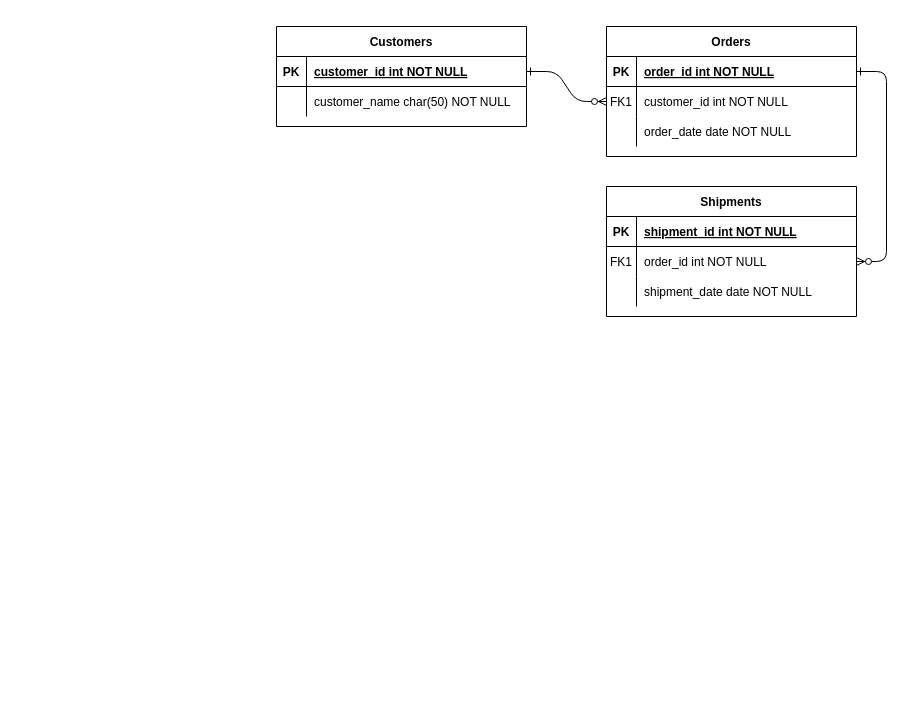
Earlier version of the draw.io diagram er.drawio (wsy5555621/diagrams). Source tidied: cells renumbered, new cells numbered last; positions are measured from the earlier drawing's top-left corner, leaving out a move shared by most shapes. Both pictures are drawn from the tidied source at 100%, with x=0, y=0 at pixel (276, 26).
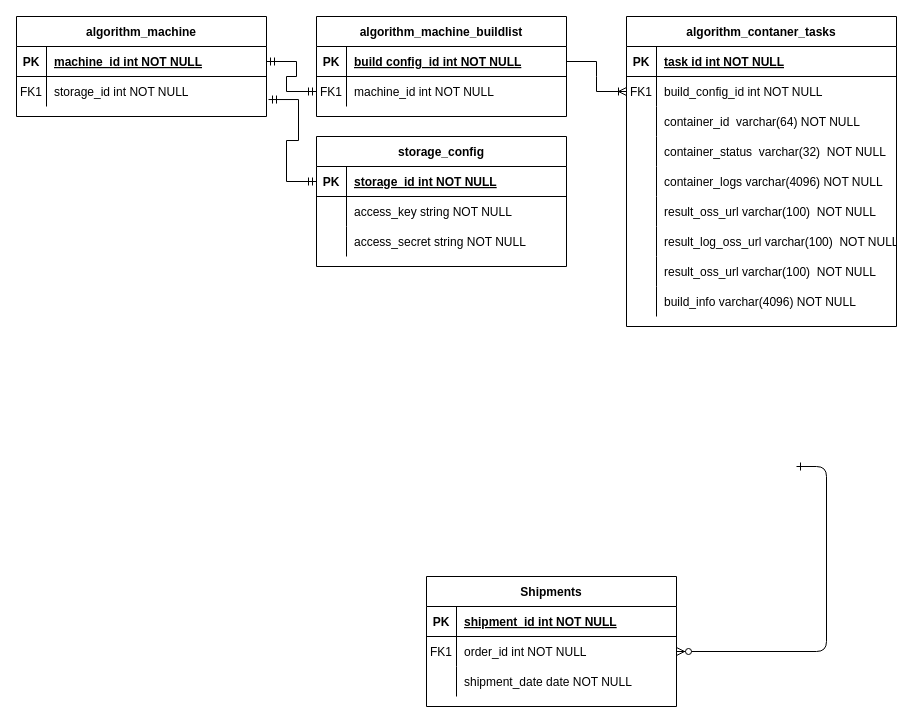
Above is the later version.

Unchanged cells that the change refers to:
```xml
<mxCell id="18" style="shape=partialRectangle;fillColor=none;points=[[0,0.5],[1,0.5]];portConstraint=eastwest;top=0;left=0;right=0;bottom=0;" parent="14" vertex="1">
  <mxGeometry y="60" width="250" height="30" as="geometry" />
</mxCell>
<mxCell id="25" style="shape=partialRectangle;fillColor=none;points=[[0,0.5],[1,0.5]];portConstraint=eastwest;top=0;left=0;right=0;bottom=1;" parent="24" vertex="1">
  <mxGeometry y="30" width="250" height="30" as="geometry" />
</mxCell>
<mxCell id="28" style="shape=partialRectangle;fillColor=none;points=[[0,0.5],[1,0.5]];portConstraint=eastwest;top=0;left=0;right=0;bottom=0;" parent="24" vertex="1">
  <mxGeometry y="60" width="250" height="30" as="geometry" />
</mxCell>
```

What changed in the source:
```diff
@@
-    <mxCell id="2" style="edgeStyle=entityRelationEdgeStyle;endArrow=ERzeroToMany;startArrow=ERone;endFill=1;startFill=0;" parent="1" edge="1" source="25" target="8">
-      <mxGeometry relative="1" as="geometry" />
-    </mxCell>
-    <mxCell id="3" style="edgeStyle=entityRelationEdgeStyle;endArrow=ERzeroToMany;startArrow=ERone;endFill=1;startFill=0;" parent="1" edge="1" source="5" target="18">
-      <mxGeometry relative="1" as="geometry" />
+    <mxCell id="3" style="edgeStyle=entityRelationEdgeStyle;endArrow=ERzeroToMany;startArrow=ERone;endFill=1;startFill=0;" parent="1" edge="1" target="18">
+      <mxGeometry relative="1" as="geometry">
+        <mxPoint x="520" y="440" as="sourcePoint" />
+      </mxGeometry>
     </mxCell>
-    <mxCell id="4" value="Orders" style="shape=table;startSize=30;childLayout=tableLayout;rowLines=0;fontStyle=1;align=center;" parent="1" vertex="1">
-      <mxGeometry x="330" width="250" height="130" as="geometry" />
+    <mxCell id="4" value="algorithm_contaner_tasks" style="shape=table;startSize=30;childLayout=tableLayout;rowLines=0;fontStyle=1;align=center;" parent="1" vertex="1">
+      <mxGeometry x="350" y="-10" width="270" height="310" as="geometry" />
     </mxCell>
     <mxCell id="5" style="shape=partialRectangle;fillColor=none;points=[[0,0.5],[1,0.5]];portConstraint=eastwest;top=0;left=0;right=0;bottom=1;" parent="4" vertex="1">
-      <mxGeometry y="30" width="250" height="30" as="geometry" />
+      <mxGeometry y="30" width="270" height="30" as="geometry" />
     </mxCell>
@@
-    <mxCell id="7" value="order_id int NOT NULL " style="shape=partialRectangle;overflow=hidden;fillColor=none;top=0;left=0;bottom=0;right=0;align=left;spacingLeft=6;fontStyle=5;" parent="5" vertex="1">
-      <mxGeometry x="30" width="220" height="30" as="geometry" />
+    <mxCell id="7" value="task id int NOT NULL " style="shape=partialRectangle;overflow=hidden;fillColor=none;top=0;left=0;bottom=0;right=0;align=left;spacingLeft=6;fontStyle=5;" parent="5" vertex="1">
+      <mxGeometry x="30" width="240" height="30" as="geometry" />
     </mxCell>
     <mxCell id="8" style="shape=partialRectangle;fillColor=none;points=[[0,0.5],[1,0.5]];portConstraint=eastwest;top=0;left=0;right=0;bottom=0;" parent="4" vertex="1">
-      <mxGeometry y="60" width="250" height="30" as="geometry" />
+      <mxGeometry y="60" width="270" height="30" as="geometry" />
     </mxCell>
@@
-    <mxCell id="10" value="customer_id int NOT NULL" style="shape=partialRectangle;overflow=hidden;fillColor=none;top=0;left=0;bottom=0;right=0;align=left;spacingLeft=6;" parent="8" vertex="1">
-      <mxGeometry x="30" width="220" height="30" as="geometry" />
+    <mxCell id="10" value="build_config_id int NOT NULL" style="shape=partialRectangle;overflow=hidden;fillColor=none;top=0;left=0;bottom=0;right=0;align=left;spacingLeft=6;" parent="8" vertex="1">
+      <mxGeometry x="30" width="240" height="30" as="geometry" />
     </mxCell>
     <mxCell id="11" style="shape=partialRectangle;fillColor=none;top=0;left=0;right=0;bottom=0;" parent="4" vertex="1">
-      <mxGeometry y="90" width="250" height="30" as="geometry" />
+      <mxGeometry y="90" width="270" height="30" as="geometry" />
     </mxCell>
@@
-    <mxCell id="13" value="order_date date NOT NULL" style="shape=partialRectangle;overflow=hidden;fillColor=none;top=0;left=0;bottom=0;right=0;align=left;spacingLeft=6;" parent="11" vertex="1">
-      <mxGeometry x="30" width="220" height="30" as="geometry" />
+    <mxCell id="13" value="container_id  varchar(64) NOT NULL" style="shape=partialRectangle;overflow=hidden;fillColor=none;top=0;left=0;bottom=0;right=0;align=left;spacingLeft=6;" parent="11" vertex="1">
+      <mxGeometry x="30" width="240" height="30" as="geometry" />
     </mxCell>
+    <mxCell id="31" style="shape=partialRectangle;fillColor=none;top=0;left=0;right=0;bottom=0;" parent="4" vertex="1">
+      <mxGeometry y="120" width="270" height="30" as="geometry" />
+    </mxCell>
+    <mxCell id="32" style="shape=partialRectangle;overflow=hidden;fillColor=none;top=0;left=0;bottom=0;right=0;" parent="31" vertex="1">
+      <mxGeometry width="30" height="30" as="geometry" />
+    </mxCell>
+    <mxCell id="33" value="container_status  varchar(32)  NOT NULL" style="shape=partialRectangle;overflow=hidden;fillColor=none;top=0;left=0;bottom=0;right=0;align=left;spacingLeft=6;" parent="31" vertex="1">
+      <mxGeometry x="30" width="240" height="30" as="geometry" />
+    </mxCell>
+    <mxCell id="34" style="shape=partialRectangle;fillColor=none;top=0;left=0;right=0;bottom=0;" parent="4" vertex="1">
+      <mxGeometry y="150" width="270" height="30" as="geometry" />
+    </mxCell>
+    <mxCell id="35" style="shape=partialRectangle;overflow=hidden;fillColor=none;top=0;left=0;bottom=0;right=0;" parent="34" vertex="1">
+      <mxGeometry width="30" height="30" as="geometry" />
+    </mxCell>
+    <mxCell id="36" value="container_logs varchar(4096) NOT NULL" style="shape=partialRectangle;overflow=hidden;fillColor=none;top=0;left=0;bottom=0;right=0;align=left;spacingLeft=6;" parent="34" vertex="1">
+      <mxGeometry x="30" width="240" height="30" as="geometry" />
+    </mxCell>
+    <mxCell id="37" style="shape=partialRectangle;fillColor=none;top=0;left=0;right=0;bottom=0;" parent="4" vertex="1">
+      <mxGeometry y="180" width="270" height="30" as="geometry" />
+    </mxCell>
+    <mxCell id="38" style="shape=partialRectangle;overflow=hidden;fillColor=none;top=0;left=0;bottom=0;right=0;" parent="37" vertex="1">
+      <mxGeometry width="30" height="30" as="geometry" />
+    </mxCell>
+    <mxCell id="39" value="result_oss_url varchar(100)  NOT NULL" style="shape=partialRectangle;overflow=hidden;fillColor=none;top=0;left=0;bottom=0;right=0;align=left;spacingLeft=6;" parent="37" vertex="1">
+      <mxGeometry x="30" width="240" height="30" as="geometry" />
+    </mxCell>
+    <mxCell id="40" style="shape=partialRectangle;fillColor=none;top=0;left=0;right=0;bottom=0;" parent="4" vertex="1">
+      <mxGeometry y="210" width="270" height="30" as="geometry" />
+    </mxCell>
+    <mxCell id="41" style="shape=partialRectangle;overflow=hidden;fillColor=none;top=0;left=0;bottom=0;right=0;" parent="40" vertex="1">
+      <mxGeometry width="30" height="30" as="geometry" />
+    </mxCell>
+    <mxCell id="42" value="result_log_oss_url varchar(100)  NOT NULL" style="shape=partialRectangle;overflow=hidden;fillColor=none;top=0;left=0;bottom=0;right=0;align=left;spacingLeft=6;" parent="40" vertex="1">
+      <mxGeometry x="30" width="240" height="30" as="geometry" />
+    </mxCell>
+    <mxCell id="43" style="shape=partialRectangle;fillColor=none;top=0;left=0;right=0;bottom=0;" parent="4" vertex="1">
+      <mxGeometry y="240" width="270" height="30" as="geometry" />
+    </mxCell>
+    <mxCell id="44" style="shape=partialRectangle;overflow=hidden;fillColor=none;top=0;left=0;bottom=0;right=0;" parent="43" vertex="1">
+      <mxGeometry width="30" height="30" as="geometry" />
+    </mxCell>
+    <mxCell id="45" value="result_oss_url varchar(100)  NOT NULL" style="shape=partialRectangle;overflow=hidden;fillColor=none;top=0;left=0;bottom=0;right=0;align=left;spacingLeft=6;" parent="43" vertex="1">
+      <mxGeometry x="30" width="240" height="30" as="geometry" />
+    </mxCell>
+    <mxCell id="46" style="shape=partialRectangle;fillColor=none;top=0;left=0;right=0;bottom=0;" parent="4" vertex="1">
+      <mxGeometry y="270" width="270" height="30" as="geometry" />
+    </mxCell>
+    <mxCell id="47" style="shape=partialRectangle;overflow=hidden;fillColor=none;top=0;left=0;bottom=0;right=0;" parent="46" vertex="1">
+      <mxGeometry width="30" height="30" as="geometry" />
+    </mxCell>
+    <mxCell id="48" value="build_info varchar(4096) NOT NULL" style="shape=partialRectangle;overflow=hidden;fillColor=none;top=0;left=0;bottom=0;right=0;align=left;spacingLeft=6;" parent="46" vertex="1">
+      <mxGeometry x="30" width="240" height="30" as="geometry" />
+    </mxCell>
     <mxCell id="14" value="Shipments" style="shape=table;startSize=30;childLayout=tableLayout;rowLines=0;fontStyle=1;align=center;" parent="1" vertex="1">
-      <mxGeometry x="330" y="160" width="250" height="130" as="geometry" />
+      <mxGeometry x="150" y="550" width="250" height="130" as="geometry" />
     </mxCell>
@@
-    <mxCell id="24" value="Customers" style="shape=table;startSize=30;childLayout=tableLayout;rowLines=0;fontStyle=1;align=center;" parent="1" vertex="1">
-      <mxGeometry width="250" height="100" as="geometry" />
+    <mxCell id="24" value="algorithm_machine_buildlist" style="shape=table;startSize=30;childLayout=tableLayout;rowLines=0;fontStyle=1;align=center;" parent="1" vertex="1">
+      <mxGeometry x="40" y="-10" width="250" height="100" as="geometry" />
     </mxCell>
@@
-    <mxCell id="27" value="customer_id int NOT NULL " style="shape=partialRectangle;overflow=hidden;fillColor=none;top=0;left=0;bottom=0;right=0;align=left;spacingLeft=6;fontStyle=5;" parent="25" vertex="1">
+    <mxCell id="27" value="build config_id int NOT NULL " style="shape=partialRectangle;overflow=hidden;fillColor=none;top=0;left=0;bottom=0;right=0;align=left;spacingLeft=6;fontStyle=5;" parent="25" vertex="1">
       <mxGeometry x="30" width="220" height="30" as="geometry" />
     </mxCell>
@@
-    <mxCell id="29" style="shape=partialRectangle;overflow=hidden;fillColor=none;top=0;left=0;bottom=0;right=0;" parent="28" vertex="1">
+    <mxCell id="29" value="FK1" style="shape=partialRectangle;overflow=hidden;fillColor=none;top=0;left=0;bottom=0;right=0;" parent="28" vertex="1">
       <mxGeometry width="30" height="30" as="geometry" />
     </mxCell>
-    <mxCell id="30" value="customer_name char(50) NOT NULL" style="shape=partialRectangle;overflow=hidden;fillColor=none;top=0;left=0;bottom=0;right=0;align=left;spacingLeft=6;" parent="28" vertex="1">
+    <mxCell id="30" value="machine_id int NOT NULL" style="shape=partialRectangle;overflow=hidden;fillColor=none;top=0;left=0;bottom=0;right=0;align=left;spacingLeft=6;" parent="28" vertex="1">
       <mxGeometry x="30" width="220" height="30" as="geometry" />
     </mxCell>
+    <mxCell id="49" value="algorithm_machine" style="shape=table;startSize=30;childLayout=tableLayout;rowLines=0;fontStyle=1;align=center;" parent="1" vertex="1">
+      <mxGeometry x="-260" y="-10" width="250" height="100" as="geometry" />
+    </mxCell>
+    <mxCell id="50" style="shape=partialRectangle;fillColor=none;points=[[0,0.5],[1,0.5]];portConstraint=eastwest;top=0;left=0;right=0;bottom=1;" parent="49" vertex="1">
+      <mxGeometry y="30" width="250" height="30" as="geometry" />
+    </mxCell>
+    <mxCell id="51" value="PK" style="shape=partialRectangle;overflow=hidden;fillColor=none;top=0;left=0;bottom=0;right=0;fontStyle=1;" parent="50" vertex="1">
+      <mxGeometry width="30" height="30" as="geometry" />
+    </mxCell>
+    <mxCell id="52" value="machine_id int NOT NULL " style="shape=partialRectangle;overflow=hidden;fillColor=none;top=0;left=0;bottom=0;right=0;align=left;spacingLeft=6;fontStyle=5;" parent="50" vertex="1">
+      <mxGeometry x="30" width="220" height="30" as="geometry" />
+    </mxCell>
+    <mxCell id="53" style="shape=partialRectangle;fillColor=none;points=[[0,0.5],[1,0.5]];portConstraint=eastwest;top=0;left=0;right=0;bottom=0;" parent="49" vertex="1">
+      <mxGeometry y="60" width="250" height="30" as="geometry" />
+    </mxCell>
+    <mxCell id="54" value="FK1" style="shape=partialRectangle;overflow=hidden;fillColor=none;top=0;left=0;bottom=0;right=0;" parent="53" vertex="1">
+      <mxGeometry width="30" height="30" as="geometry" />
+    </mxCell>
+    <mxCell id="55" value="storage_id int NOT NULL" style="shape=partialRectangle;overflow=hidden;fillColor=none;top=0;left=0;bottom=0;right=0;align=left;spacingLeft=6;" parent="53" vertex="1">
+      <mxGeometry x="30" width="220" height="30" as="geometry" />
+    </mxCell>
+    <mxCell id="56" value="storage_config" style="shape=table;startSize=30;childLayout=tableLayout;rowLines=0;fontStyle=1;align=center;" parent="1" vertex="1">
+      <mxGeometry x="40" y="110" width="250" height="130" as="geometry" />
+    </mxCell>
+    <mxCell id="57" style="shape=partialRectangle;fillColor=none;points=[[0,0.5],[1,0.5]];portConstraint=eastwest;top=0;left=0;right=0;bottom=1;" parent="56" vertex="1">
+      <mxGeometry y="30" width="250" height="30" as="geometry" />
+    </mxCell>
+    <mxCell id="58" value="PK" style="shape=partialRectangle;overflow=hidden;fillColor=none;top=0;left=0;bottom=0;right=0;fontStyle=1;" parent="57" vertex="1">
+      <mxGeometry width="30" height="30" as="geometry" />
+    </mxCell>
+    <mxCell id="59" value="storage_id int NOT NULL " style="shape=partialRectangle;overflow=hidden;fillColor=none;top=0;left=0;bottom=0;right=0;align=left;spacingLeft=6;fontStyle=5;" parent="57" vertex="1">
+      <mxGeometry x="30" width="220" height="30" as="geometry" />
+    </mxCell>
+    <mxCell id="60" style="shape=partialRectangle;fillColor=none;top=0;left=0;right=0;bottom=0;" parent="56" vertex="1">
+      <mxGeometry y="60" width="250" height="30" as="geometry" />
+    </mxCell>
+    <mxCell id="61" style="shape=partialRectangle;overflow=hidden;fillColor=none;top=0;left=0;bottom=0;right=0;" parent="60" vertex="1">
+      <mxGeometry width="30" height="30" as="geometry" />
+    </mxCell>
+    <mxCell id="62" value="access_key string NOT NULL" style="shape=partialRectangle;overflow=hidden;fillColor=none;top=0;left=0;bottom=0;right=0;align=left;spacingLeft=6;" parent="60" vertex="1">
+      <mxGeometry x="30" width="220" height="30" as="geometry" />
+    </mxCell>
+    <mxCell id="63" style="shape=partialRectangle;fillColor=none;top=0;left=0;right=0;bottom=0;" parent="56" vertex="1">
+      <mxGeometry y="90" width="250" height="30" as="geometry" />
+    </mxCell>
+    <mxCell id="64" style="shape=partialRectangle;overflow=hidden;fillColor=none;top=0;left=0;bottom=0;right=0;" parent="63" vertex="1">
+      <mxGeometry width="30" height="30" as="geometry" />
+    </mxCell>
+    <mxCell id="65" value="access_secret string NOT NULL" style="shape=partialRectangle;overflow=hidden;fillColor=none;top=0;left=0;bottom=0;right=0;align=left;spacingLeft=6;" parent="63" vertex="1">
+      <mxGeometry x="30" width="220" height="30" as="geometry" />
+    </mxCell>
+    <mxCell id="2" style="edgeStyle=entityRelationEdgeStyle;fontSize=12;html=1;endArrow=ERoneToMany;rounded=0;exitX=1;exitY=0.5;exitDx=0;exitDy=0;entryX=0;entryY=0.5;entryDx=0;entryDy=0;" parent="1" edge="1" source="25" target="8">
+      <mxGeometry relative="1" as="geometry" />
+    </mxCell>
+    <mxCell id="66" style="edgeStyle=entityRelationEdgeStyle;fontSize=12;html=1;endArrow=ERmandOne;startArrow=ERmandOne;rounded=0;entryX=0;entryY=0.5;entryDx=0;entryDy=0;exitX=1;exitY=0.5;exitDx=0;exitDy=0;" parent="1" edge="1" source="50" target="28">
+      <mxGeometry relative="1" as="geometry" />
+    </mxCell>
+    <mxCell id="67" style="edgeStyle=entityRelationEdgeStyle;fontSize=12;html=1;endArrow=ERmandOne;startArrow=ERmandOne;rounded=0;entryX=0;entryY=0.5;entryDx=0;entryDy=0;exitX=1.008;exitY=0.768;exitDx=0;exitDy=0;exitPerimeter=0;" parent="1" edge="1" source="53" target="57">
+      <mxGeometry relative="1" as="geometry" />
+    </mxCell>
```
